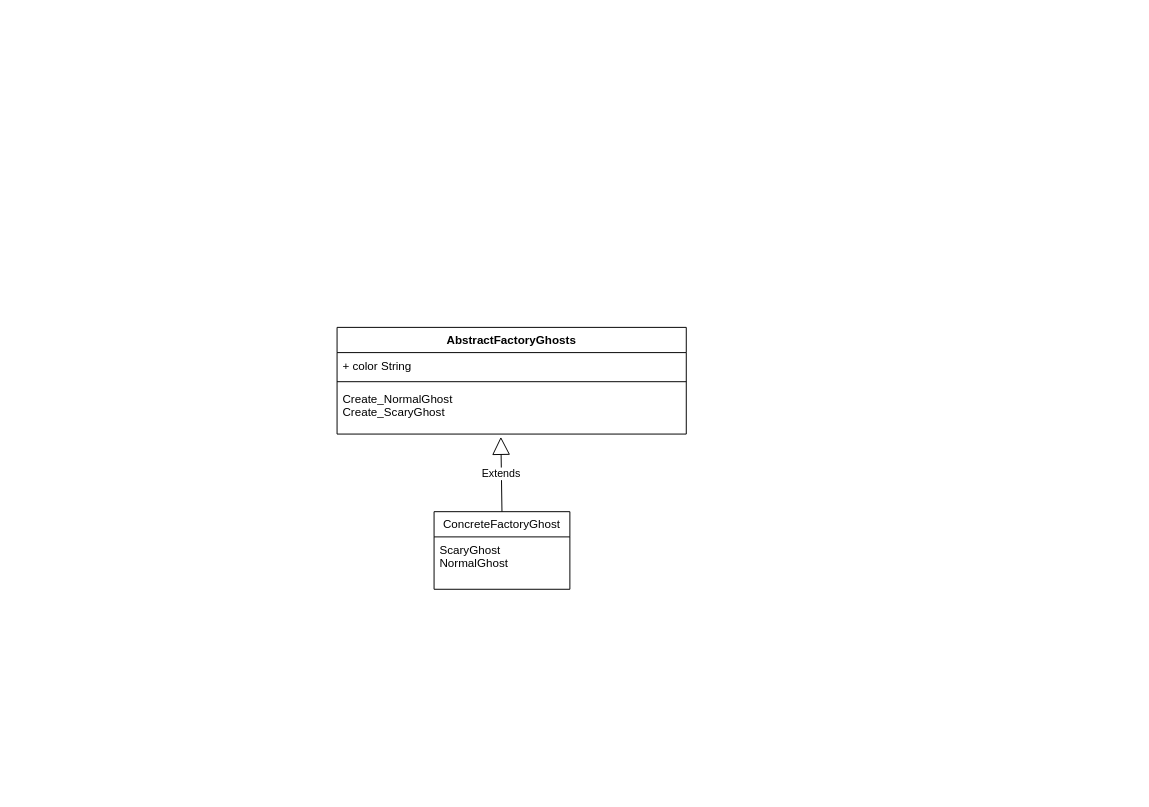
Above: pacman.drawio in mclara9593/projetoEcomp (draw.io), before the change. Source tidied: cells renumbered, new cells numbered last; positions are measured from the earlier drawing's top-left corner, leaving out a move shared by most shapes. Both pictures are drawn from the tidied source at 97%, with x=0, y=0 at pixel (337, 327).
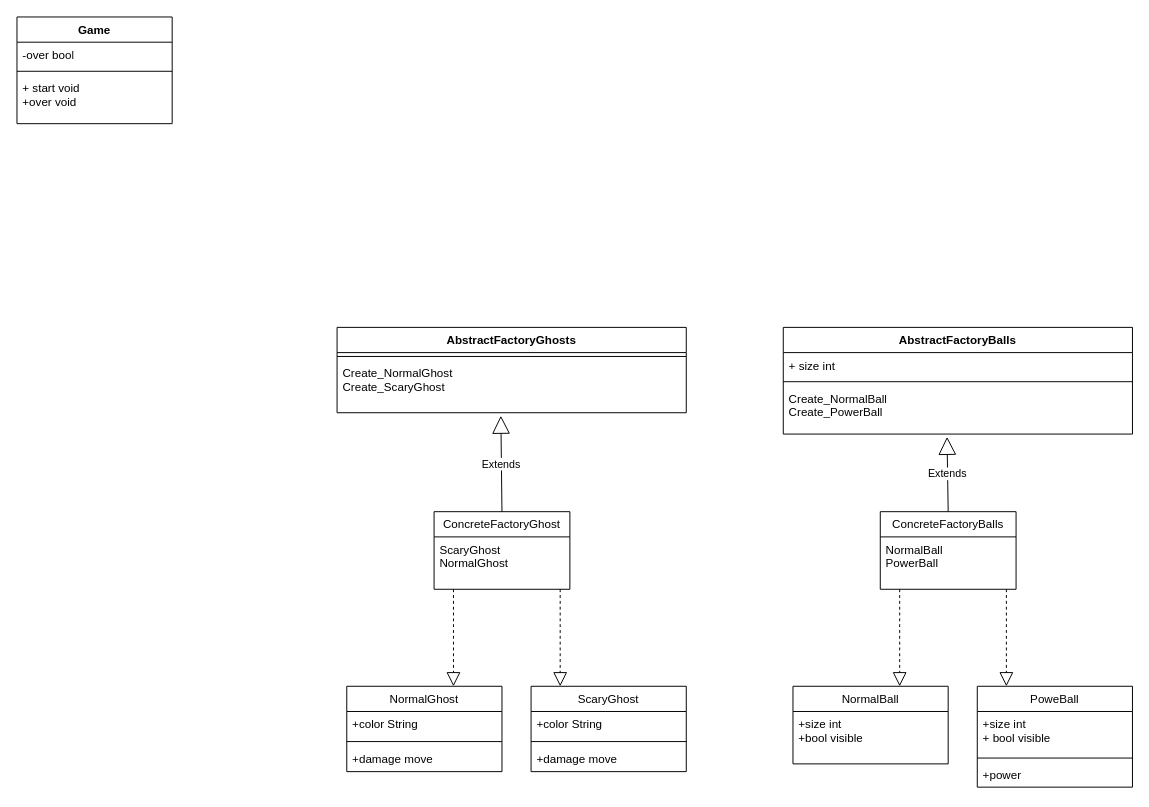
The same page after the edit.

The edit, as a diff of the source:
```diff
@@
     <mxCell id="2" value="AbstractFactoryGhosts" style="swimlane;fontStyle=1;align=center;verticalAlign=top;horizontal=1;startSize=26;whiteSpace=wrap;html=1;" parent="1" vertex="1">
-      <mxGeometry width="360" height="110" as="geometry" />
+      <mxGeometry width="360" height="88" as="geometry" />
     </mxCell>
-    <mxCell id="3" value="+ color String" style="text;strokeColor=none;fillColor=none;align=left;verticalAlign=top;spacingLeft=4;spacingRight=4;overflow=hidden;whiteSpace=wrap;html=1;" parent="2" vertex="1">
-      <mxGeometry y="26" width="360" height="26" as="geometry" />
-    </mxCell>
     <mxCell id="4" style="line;strokeWidth=1;fillColor=none;align=left;verticalAlign=middle;spacingTop=-1;spacingLeft=3;spacingRight=3;labelPosition=right;strokeColor=inherit;" parent="2" vertex="1">
-      <mxGeometry y="52" width="360" height="8" as="geometry" />
+      <mxGeometry y="26" width="360" height="8" as="geometry" />
     </mxCell>
     <mxCell id="5" value="Create_NormalGhost&amp;nbsp;&lt;div&gt;Create_ScaryGhost&amp;nbsp;&lt;/div&gt;" style="text;strokeColor=none;fillColor=none;align=left;verticalAlign=top;spacingLeft=4;spacingRight=4;overflow=hidden;points=[[0,0.5],[1,0.5]];portConstraint=eastwest;whiteSpace=wrap;html=1;" parent="2" vertex="1">
-      <mxGeometry y="60" width="360" height="50" as="geometry" />
+      <mxGeometry y="34" width="360" height="54" as="geometry" />
     </mxCell>
@@
+    <mxCell id="9" value="AbstractFactoryBalls" style="swimlane;fontStyle=1;align=center;verticalAlign=top;horizontal=1;startSize=26;whiteSpace=wrap;html=1;" parent="1" vertex="1">
+      <mxGeometry x="460" width="360" height="110" as="geometry" />
+    </mxCell>
+    <mxCell id="10" value="+ size int" style="text;strokeColor=none;fillColor=none;align=left;verticalAlign=top;spacingLeft=4;spacingRight=4;overflow=hidden;whiteSpace=wrap;html=1;" parent="9" vertex="1">
+      <mxGeometry y="26" width="360" height="26" as="geometry" />
+    </mxCell>
+    <mxCell id="11" style="line;strokeWidth=1;fillColor=none;align=left;verticalAlign=middle;spacingTop=-1;spacingLeft=3;spacingRight=3;labelPosition=right;strokeColor=inherit;" parent="9" vertex="1">
+      <mxGeometry y="52" width="360" height="8" as="geometry" />
+    </mxCell>
+    <mxCell id="12" value="&lt;div&gt;Create_NormalBall&lt;/div&gt;&lt;div&gt;Create_PowerBall&lt;/div&gt;" style="text;strokeColor=none;fillColor=none;align=left;verticalAlign=top;spacingLeft=4;spacingRight=4;overflow=hidden;points=[[0,0.5],[1,0.5]];portConstraint=eastwest;whiteSpace=wrap;html=1;" parent="9" vertex="1">
+      <mxGeometry y="60" width="360" height="50" as="geometry" />
+    </mxCell>
+    <mxCell id="13" value="Extends" style="endArrow=block;endSize=16;endFill=0;html=1;rounded=0;entryX=0.469;entryY=1.058;entryDx=0;entryDy=0;entryPerimeter=0;" parent="1" edge="1" target="12">
+      <mxGeometry relative="1" as="geometry">
+        <mxPoint x="630" y="190" as="sourcePoint" />
+      </mxGeometry>
+    </mxCell>
+    <mxCell id="14" value="ConcreteFactoryBalls" style="swimlane;fontStyle=0;horizontal=1;startSize=26;fillColor=none;whiteSpace=wrap;html=1;" parent="1" vertex="1">
+      <mxGeometry x="560" y="190" width="140" height="80" as="geometry" />
+    </mxCell>
+    <mxCell id="15" value="&lt;div&gt;NormalBall&lt;/div&gt;&lt;div&gt;PowerBall&lt;/div&gt;" style="text;strokeColor=none;fillColor=none;align=left;verticalAlign=top;spacingLeft=4;spacingRight=4;overflow=hidden;whiteSpace=wrap;html=1;" parent="14" vertex="1">
+      <mxGeometry y="26" width="140" height="54" as="geometry" />
+    </mxCell>
+    <mxCell id="16" value="Game" style="swimlane;fontStyle=1;align=center;verticalAlign=top;horizontal=1;startSize=26;whiteSpace=wrap;html=1;" parent="1" vertex="1">
+      <mxGeometry x="-330" y="-320" width="160" height="110" as="geometry" />
+    </mxCell>
+    <mxCell id="17" value="-over bool" style="text;strokeColor=none;fillColor=none;align=left;verticalAlign=top;spacingLeft=4;spacingRight=4;overflow=hidden;whiteSpace=wrap;html=1;" parent="16" vertex="1">
+      <mxGeometry y="26" width="160" height="26" as="geometry" />
+    </mxCell>
+    <mxCell id="18" style="line;strokeWidth=1;fillColor=none;align=left;verticalAlign=middle;spacingTop=-1;spacingLeft=3;spacingRight=3;labelPosition=right;strokeColor=inherit;" parent="16" vertex="1">
+      <mxGeometry y="52" width="160" height="8" as="geometry" />
+    </mxCell>
+    <mxCell id="19" value="+ start void&lt;div&gt;+over void&lt;/div&gt;" style="text;strokeColor=none;fillColor=none;align=left;verticalAlign=top;spacingLeft=4;spacingRight=4;overflow=hidden;whiteSpace=wrap;html=1;" parent="16" vertex="1">
+      <mxGeometry y="60" width="160" height="50" as="geometry" />
+    </mxCell>
+    <mxCell id="20" style="endArrow=block;dashed=1;endFill=0;endSize=12;html=1;rounded=0;" parent="1" edge="1">
+      <mxGeometry relative="1" as="geometry">
+        <mxPoint x="120" y="270" as="sourcePoint" />
+        <mxPoint x="120" y="370" as="targetPoint" />
+        <Array as="points">
+          <mxPoint x="120" y="370" />
+        </Array>
+      </mxGeometry>
+    </mxCell>
+    <mxCell id="21" style="endArrow=block;dashed=1;endFill=0;endSize=12;html=1;rounded=0;" parent="1" edge="1">
+      <mxGeometry relative="1" as="geometry">
+        <mxPoint x="230" y="270" as="sourcePoint" />
+        <mxPoint x="230" y="370" as="targetPoint" />
+        <Array as="points">
+          <mxPoint x="230" y="370" />
+        </Array>
+      </mxGeometry>
+    </mxCell>
+    <mxCell id="22" value="&lt;span style=&quot;font-weight: 400; text-align: left;&quot;&gt;NormalGhost&lt;/span&gt;" style="swimlane;fontStyle=1;align=center;verticalAlign=top;horizontal=1;startSize=26;whiteSpace=wrap;html=1;" parent="1" vertex="1">
+      <mxGeometry x="10" y="370" width="160" height="88" as="geometry" />
+    </mxCell>
+    <mxCell id="23" value="+color String" style="text;strokeColor=none;fillColor=none;align=left;verticalAlign=top;spacingLeft=4;spacingRight=4;overflow=hidden;whiteSpace=wrap;html=1;" parent="22" vertex="1">
+      <mxGeometry y="26" width="160" height="26" as="geometry" />
+    </mxCell>
+    <mxCell id="24" style="line;strokeWidth=1;fillColor=none;align=left;verticalAlign=middle;spacingTop=-1;spacingLeft=3;spacingRight=3;labelPosition=right;strokeColor=inherit;" parent="22" vertex="1">
+      <mxGeometry y="52" width="160" height="10" as="geometry" />
+    </mxCell>
+    <mxCell id="25" value="+damage move" style="text;strokeColor=none;fillColor=none;align=left;verticalAlign=top;spacingLeft=4;spacingRight=4;overflow=hidden;whiteSpace=wrap;html=1;" parent="22" vertex="1">
+      <mxGeometry y="62" width="160" height="26" as="geometry" />
+    </mxCell>
+    <mxCell id="26" value="&lt;span style=&quot;font-weight: 400; text-align: left;&quot;&gt;ScaryGhost&lt;/span&gt;" style="swimlane;fontStyle=1;align=center;verticalAlign=top;horizontal=1;startSize=26;whiteSpace=wrap;html=1;" parent="1" vertex="1">
+      <mxGeometry x="200" y="370" width="160" height="88" as="geometry" />
+    </mxCell>
+    <mxCell id="27" value="+color String" style="text;strokeColor=none;fillColor=none;align=left;verticalAlign=top;spacingLeft=4;spacingRight=4;overflow=hidden;whiteSpace=wrap;html=1;" parent="26" vertex="1">
+      <mxGeometry y="26" width="160" height="26" as="geometry" />
+    </mxCell>
+    <mxCell id="28" style="line;strokeWidth=1;fillColor=none;align=left;verticalAlign=middle;spacingTop=-1;spacingLeft=3;spacingRight=3;labelPosition=right;strokeColor=inherit;" parent="26" vertex="1">
+      <mxGeometry y="52" width="160" height="10" as="geometry" />
+    </mxCell>
+    <mxCell id="29" value="+damage move" style="text;strokeColor=none;fillColor=none;align=left;verticalAlign=top;spacingLeft=4;spacingRight=4;overflow=hidden;whiteSpace=wrap;html=1;" parent="26" vertex="1">
+      <mxGeometry y="62" width="160" height="26" as="geometry" />
+    </mxCell>
+    <mxCell id="30" style="endArrow=block;dashed=1;endFill=0;endSize=12;html=1;rounded=0;" parent="1" edge="1">
+      <mxGeometry relative="1" as="geometry">
+        <mxPoint x="580" y="270" as="sourcePoint" />
+        <mxPoint x="580" y="370" as="targetPoint" />
+        <Array as="points">
+          <mxPoint x="580" y="370" />
+        </Array>
+      </mxGeometry>
+    </mxCell>
+    <mxCell id="31" style="endArrow=block;dashed=1;endFill=0;endSize=12;html=1;rounded=0;" parent="1" edge="1">
+      <mxGeometry relative="1" as="geometry">
+        <mxPoint x="690" y="270" as="sourcePoint" />
+        <mxPoint x="690" y="370" as="targetPoint" />
+        <Array as="points">
+          <mxPoint x="690" y="370" />
+        </Array>
+      </mxGeometry>
+    </mxCell>
+    <mxCell id="32" value="&lt;div style=&quot;text-align: left;&quot;&gt;&lt;span style=&quot;background-color: transparent; color: light-dark(rgb(0, 0, 0), rgb(255, 255, 255)); font-weight: 400;&quot;&gt;NormalBall&lt;/span&gt;&lt;/div&gt;" style="swimlane;fontStyle=1;align=center;verticalAlign=top;horizontal=1;startSize=26;whiteSpace=wrap;html=1;" parent="1" vertex="1">
+      <mxGeometry x="470" y="370" width="160" height="80" as="geometry" />
+    </mxCell>
+    <mxCell id="33" value="+size int&lt;div&gt;+bool visible&lt;/div&gt;" style="text;strokeColor=none;fillColor=none;align=left;verticalAlign=top;spacingLeft=4;spacingRight=4;overflow=hidden;whiteSpace=wrap;html=1;" parent="32" vertex="1">
+      <mxGeometry y="26" width="160" height="54" as="geometry" />
+    </mxCell>
+    <mxCell id="34" value="&lt;div style=&quot;text-align: left;&quot;&gt;&lt;span style=&quot;background-color: transparent; color: light-dark(rgb(0, 0, 0), rgb(255, 255, 255)); font-weight: 400;&quot;&gt;PoweBall&lt;/span&gt;&lt;/div&gt;" style="swimlane;fontStyle=1;align=center;verticalAlign=top;horizontal=1;startSize=26;whiteSpace=wrap;html=1;" parent="1" vertex="1">
+      <mxGeometry x="660" y="370" width="160" height="104" as="geometry" />
+    </mxCell>
+    <mxCell id="35" value="+size int&lt;div&gt;+ bool visible&lt;/div&gt;" style="text;strokeColor=none;fillColor=none;align=left;verticalAlign=top;spacingLeft=4;spacingRight=4;overflow=hidden;whiteSpace=wrap;html=1;" parent="34" vertex="1">
+      <mxGeometry y="26" width="160" height="44" as="geometry" />
+    </mxCell>
+    <mxCell id="36" style="line;strokeWidth=1;fillColor=none;align=left;verticalAlign=middle;spacingTop=-1;spacingLeft=3;spacingRight=3;labelPosition=right;strokeColor=inherit;" parent="34" vertex="1">
+      <mxGeometry y="70" width="160" height="8" as="geometry" />
+    </mxCell>
+    <mxCell id="37" value="+power&amp;nbsp;" style="text;strokeColor=none;fillColor=none;align=left;verticalAlign=top;spacingLeft=4;spacingRight=4;overflow=hidden;whiteSpace=wrap;html=1;" parent="34" vertex="1">
+      <mxGeometry y="78" width="160" height="26" as="geometry" />
+    </mxCell>
```
